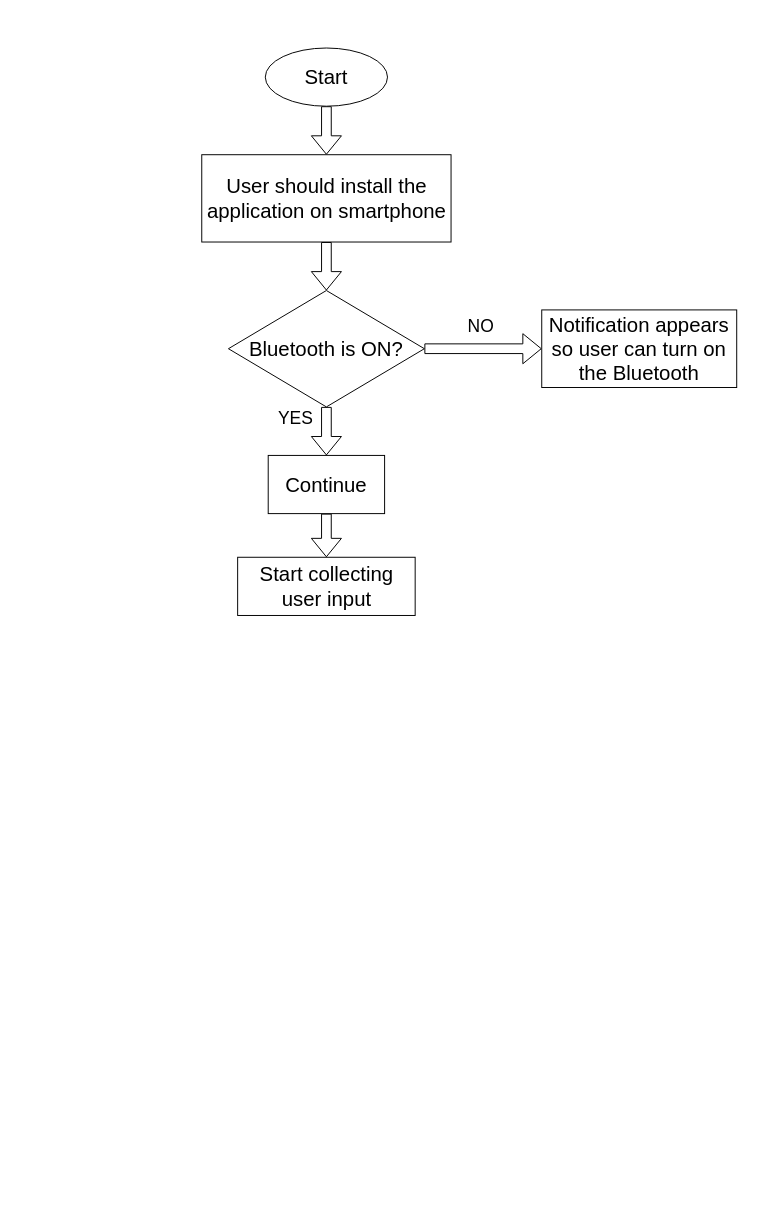
Earlier version of the draw.io diagram Untitled Diagram.drawio (Nikhila3501/ML-Bootcamp-Project). Source tidied: cells renumbered, new cells numbered last; positions are measured from the earlier drawing's top-left corner, leaving out a move shared by most shapes. Both pictures are drawn from the tidied source at 97%, with x=0, y=0 at pixel (201, 48).
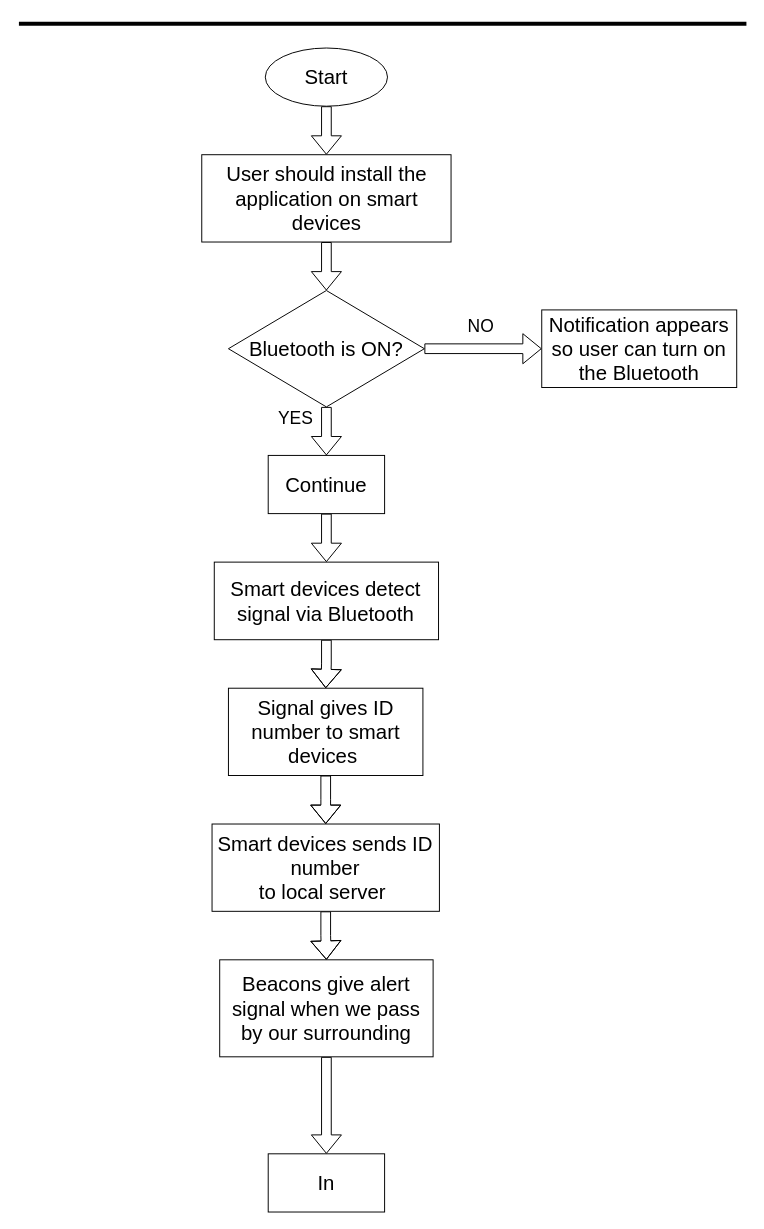
After the change.

Change to the diagram source:
```diff
@@
-    <mxCell id="5" value="User should install the application on smartphone" style="whiteSpace=wrap;html=1;fontSize=21;" parent="1" vertex="1">
+    <mxCell id="5" value="User should install the application on smart devices" style="whiteSpace=wrap;html=1;fontSize=21;" parent="1" vertex="1">
       <mxGeometry x="0.5" y="110" width="257" height="90" as="geometry" />
     </mxCell>
@@
+    <mxCell id="15" style="edgeStyle=orthogonalEdgeStyle;shape=flexArrow;rounded=0;jettySize=auto;html=1;fontSize=18;" parent="1" edge="1" source="14" target="17">
+      <mxGeometry relative="1" as="geometry" />
+    </mxCell>
-    <mxCell id="14" value="Start collecting user input" style="whiteSpace=wrap;html=1;fontSize=21;" parent="1" vertex="1">
-      <mxGeometry x="37.5" y="525" width="183" height="60" as="geometry" />
+    <mxCell id="14" value="Smart devices detect signal via Bluetooth" style="whiteSpace=wrap;html=1;fontSize=21;" parent="1" vertex="1">
+      <mxGeometry x="13.4" y="530" width="231.2" height="80" as="geometry" />
     </mxCell>
+    <mxCell id="16" style="edgeStyle=orthogonalEdgeStyle;shape=flexArrow;rounded=0;jettySize=auto;html=1;fontSize=18;" parent="1" edge="1" source="17" target="19">
+      <mxGeometry relative="1" as="geometry" />
+    </mxCell>
+    <mxCell id="17" value="Signal gives ID number to smart devices&amp;nbsp;" style="whiteSpace=wrap;html=1;fontSize=21;" parent="1" vertex="1">
+      <mxGeometry x="28" y="660" width="200.5" height="90" as="geometry" />
+    </mxCell>
+    <mxCell id="18" style="edgeStyle=orthogonalEdgeStyle;shape=flexArrow;rounded=0;jettySize=auto;html=1;fontSize=18;" parent="1" edge="1" source="19" target="21">
+      <mxGeometry relative="1" as="geometry" />
+    </mxCell>
+    <mxCell id="19" value="Smart devices sends ID number&lt;br&gt;to local server&amp;nbsp;" style="whiteSpace=wrap;html=1;fontSize=21;" parent="1" vertex="1">
+      <mxGeometry x="11.1" y="800" width="234.4" height="90" as="geometry" />
+    </mxCell>
+    <mxCell id="20" style="edgeStyle=orthogonalEdgeStyle;shape=flexArrow;rounded=0;jettySize=auto;html=1;fontSize=18;" parent="1" edge="1" source="21" target="22">
+      <mxGeometry relative="1" as="geometry" />
+    </mxCell>
+    <mxCell id="21" value="Beacons give alert signal when we pass by our surrounding" style="whiteSpace=wrap;html=1;fontSize=21;" parent="1" vertex="1">
+      <mxGeometry x="19" y="940" width="220" height="100" as="geometry" />
+    </mxCell>
+    <mxCell id="22" value="In" style="whiteSpace=wrap;html=1;fontSize=21;" parent="1" vertex="1">
+      <mxGeometry x="69" y="1140" width="120" height="60" as="geometry" />
+    </mxCell>
+    <mxCell id="23" style="line;strokeWidth=4;html=1;perimeter=backbonePerimeter;fontSize=18;" parent="1" vertex="1">
+      <mxGeometry x="-188" y="-30" width="750" height="10" as="geometry" />
+    </mxCell>
```
